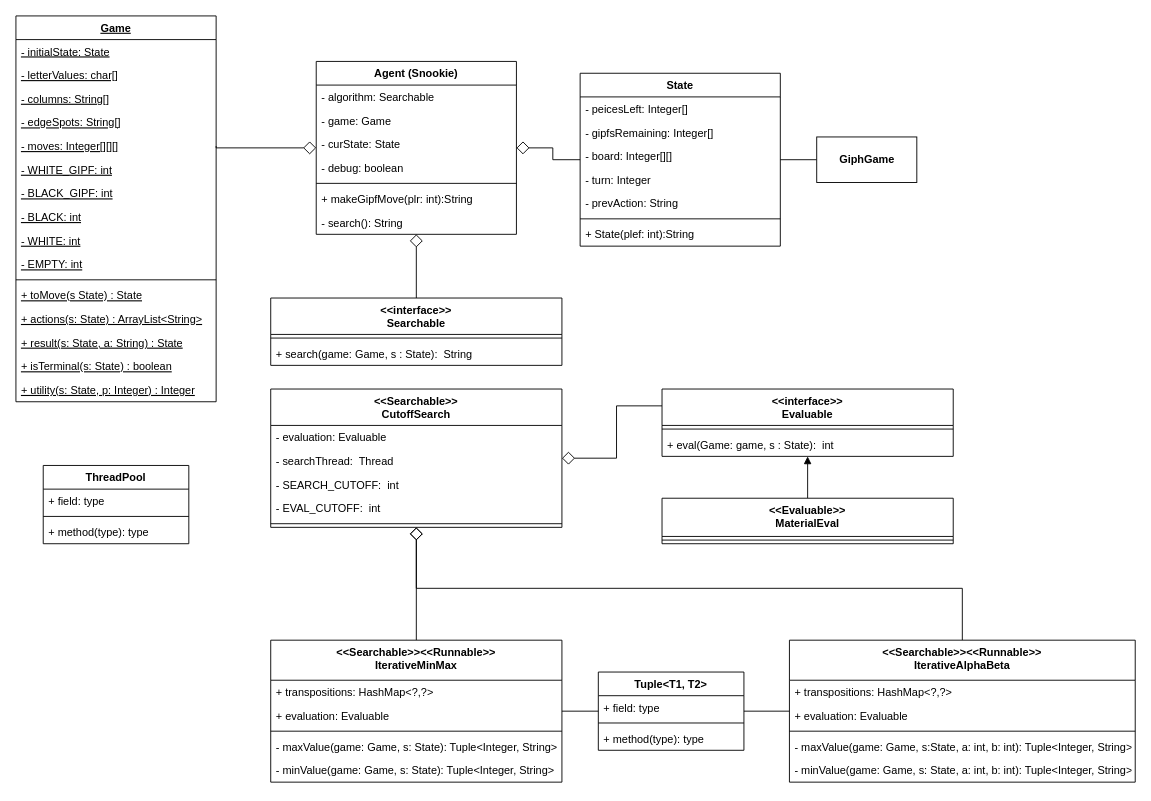
Earlier version of the draw.io diagram diagrams/CSC3335_Project3.drawio (tone-man/tone-man-hancockcraveirocanfield_3335_project3). Source tidied: cells renumbered, new cells numbered last; positions are measured from the earlier drawing's top-left corner, leaving out a move shared by most shapes. Both pictures are drawn from the tidied source at 91%, with x=0, y=0 at pixel (15, 15).
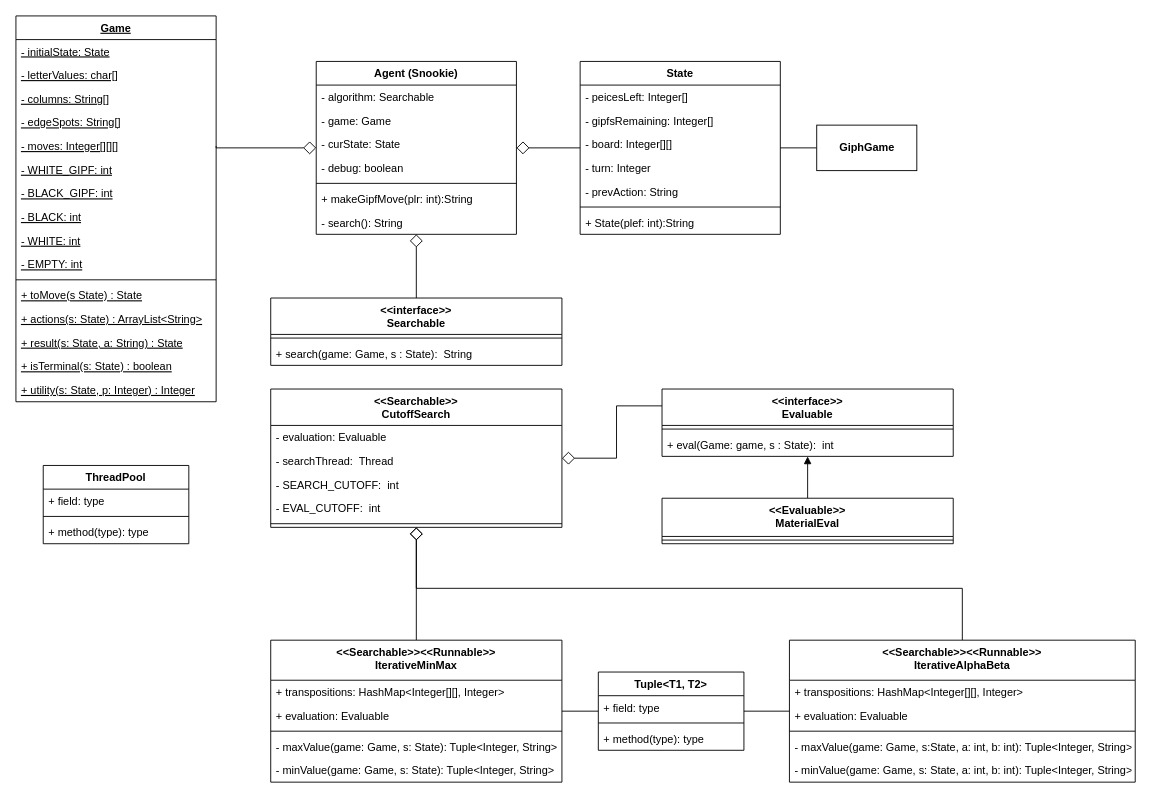
The same diagram, later.

Commit message (it also covers changes not shown here):
Adding Transposition Table to UML

Finally got an idea for the transposition table. Will possibly need a util method.

The change refers to these unchanged cells:
```xml
<mxCell id="11" value="&lt;&lt;Searchable&gt;&gt;&lt;&lt;Runnable&gt;&gt;&#10;IterativeMinMax" style="swimlane;fontStyle=1;align=center;verticalAlign=top;horizontal=1;startSize=44;" parent="1" vertex="1">
  <mxGeometry x="280" y="686" width="320" height="156" as="geometry" />
</mxCell>
<mxCell id="36" value="&lt;&lt;Searchable&gt;&gt;&lt;&lt;Runnable&gt;&gt;&#10;IterativeAlphaBeta" style="swimlane;fontStyle=1;align=center;verticalAlign=top;horizontal=1;startSize=44;" parent="1" vertex="1">
  <mxGeometry x="850" y="686" width="380" height="156" as="geometry" />
</mxCell>
```

The edit, as a diff of the source:
```diff
@@
-    <mxCell id="12" value="+ transpositions: HashMap&lt;?,?&gt;" style="text;strokeColor=none;fillColor=none;align=left;verticalAlign=top;spacingLeft=4;spacingRight=4;overflow=hidden;" parent="11" vertex="1">
+    <mxCell id="12" value="+ transpositions: HashMap&lt;Integer[][], Integer&gt;" style="text;strokeColor=none;fillColor=none;align=left;verticalAlign=top;spacingLeft=4;spacingRight=4;overflow=hidden;" parent="11" vertex="1">
       <mxGeometry y="44" width="320" height="26" as="geometry" />
     </mxCell>
@@
-    <mxCell id="37" value="+ transpositions: HashMap&lt;?,?&gt;" style="text;strokeColor=none;fillColor=none;align=left;verticalAlign=top;spacingLeft=4;spacingRight=4;overflow=hidden;" parent="36" vertex="1">
+    <mxCell id="37" value="+ transpositions: HashMap&lt;Integer[][], Integer&gt;" style="text;strokeColor=none;fillColor=none;align=left;verticalAlign=top;spacingLeft=4;spacingRight=4;overflow=hidden;" parent="36" vertex="1">
       <mxGeometry y="44" width="380" height="26" as="geometry" />
     </mxCell>
@@
     <mxCell id="63" value="State" style="swimlane;fontStyle=1;align=center;verticalAlign=top;horizontal=1;startSize=26;" parent="1" vertex="1">
-      <mxGeometry x="620" y="63" width="220" height="190" as="geometry" />
+      <mxGeometry x="620" y="50" width="220" height="190" as="geometry" />
     </mxCell>
@@
     <mxCell id="72" value="&lt;b&gt;GiphGame&lt;/b&gt;" style="html=1;" parent="1" vertex="1">
-      <mxGeometry x="880" y="133" width="110" height="50" as="geometry" />
+      <mxGeometry x="880" y="120" width="110" height="50" as="geometry" />
     </mxCell>
```
